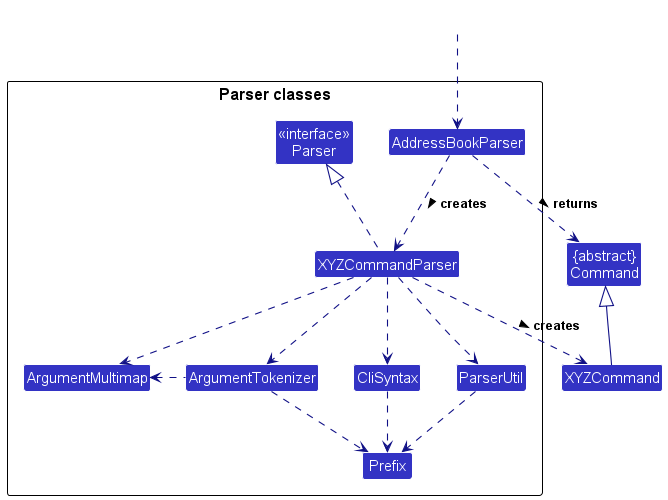
Above: docs/images/developer-guide/ParserClasses.png in nus-cs2103-AY2324S1/tp (PlantUML), before the change.
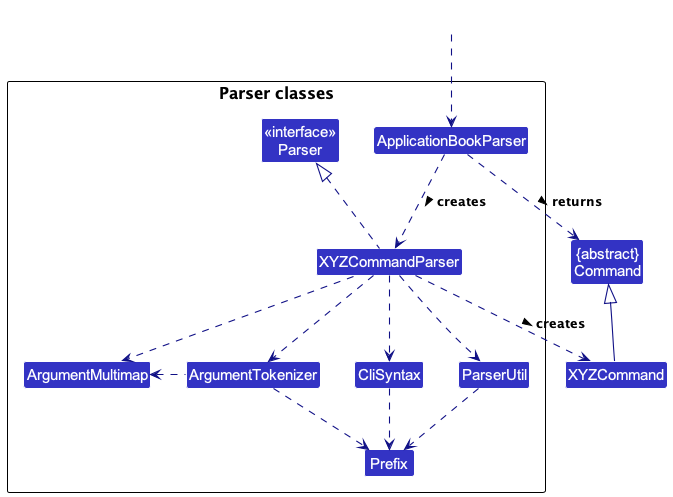
The same diagram one commit later.

Diff of the diagram source:
```diff
@@ -9,7 +9,7 @@
 
 package "Parser classes"{
 Class "<<interface>>\nParser" as Parser
-Class AddressBookParser
+Class ApplicationBookParser
 Class XYZCommandParser
 Class CliSyntax
 Class ParserUtil
@@ -19,12 +19,12 @@
 }
 
 Class HiddenOutside #FFFFFF
-HiddenOutside ..> AddressBookParser
+HiddenOutside ..> ApplicationBookParser
 
-AddressBookParser .down.> XYZCommandParser: creates >
+ApplicationBookParser .down.> XYZCommandParser: creates >
 
 XYZCommandParser ..> XYZCommand : creates >
-AddressBookParser ..> Command : returns >
+ApplicationBookParser ..> Command : returns >
 XYZCommandParser .up.|> Parser
 XYZCommandParser ..> ArgumentMultimap
 XYZCommandParser ..> ArgumentTokenizer
```
